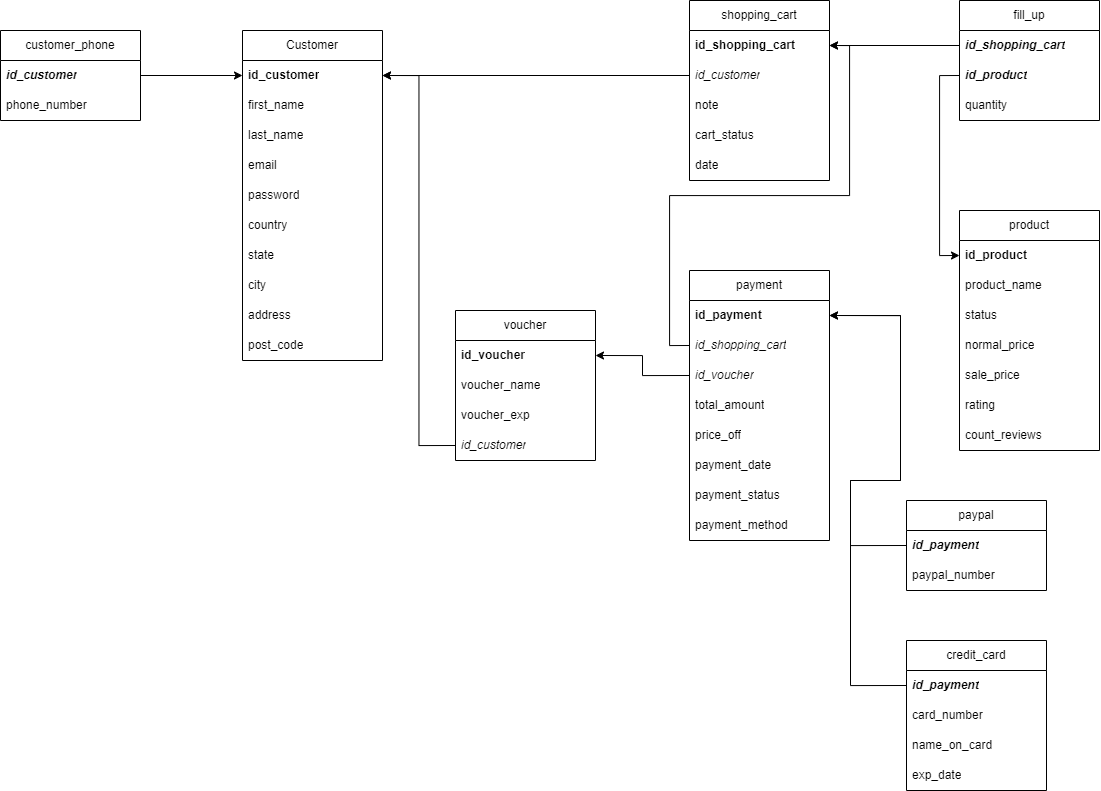
The draw.io diagram Data Storing/design/RD_Kokoro.png in wargabasdat/Seleksi-2023-Tugas-1, before a commit. Source tidied: cells renumbered, new cells last; positions are measured from the earlier drawing's top-left corner, leaving out a move shared by most shapes.
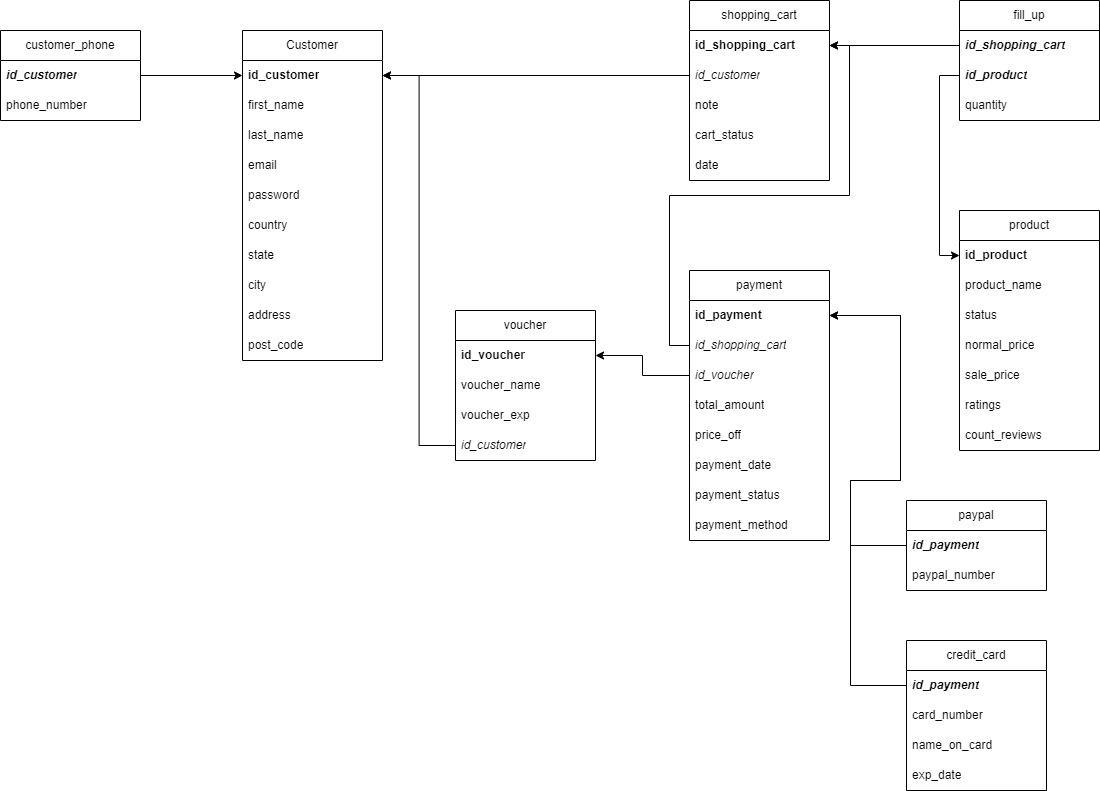
The same file after the commit.

The edit, as a diff of the source:
```diff
@@ -101,7 +101,7 @@
     <mxCell id="34" value="sale_price" style="text;strokeColor=none;fillColor=none;align=left;verticalAlign=middle;spacingLeft=4;spacingRight=4;overflow=hidden;whiteSpace=wrap;html=1;" parent="29" vertex="1">
       <mxGeometry y="150" width="140" height="30" as="geometry" />
     </mxCell>
-    <mxCell id="35" value="rating" style="text;strokeColor=none;fillColor=none;align=left;verticalAlign=middle;spacingLeft=4;spacingRight=4;overflow=hidden;whiteSpace=wrap;html=1;" parent="29" vertex="1">
+    <mxCell id="35" value="ratings" style="text;strokeColor=none;fillColor=none;align=left;verticalAlign=middle;spacingLeft=4;spacingRight=4;overflow=hidden;whiteSpace=wrap;html=1;" parent="29" vertex="1">
       <mxGeometry y="180" width="140" height="30" as="geometry" />
     </mxCell>
     <mxCell id="36" value="count_reviews" style="text;strokeColor=none;fillColor=none;align=left;verticalAlign=middle;spacingLeft=4;spacingRight=4;overflow=hidden;whiteSpace=wrap;html=1;" parent="29" vertex="1">
```
